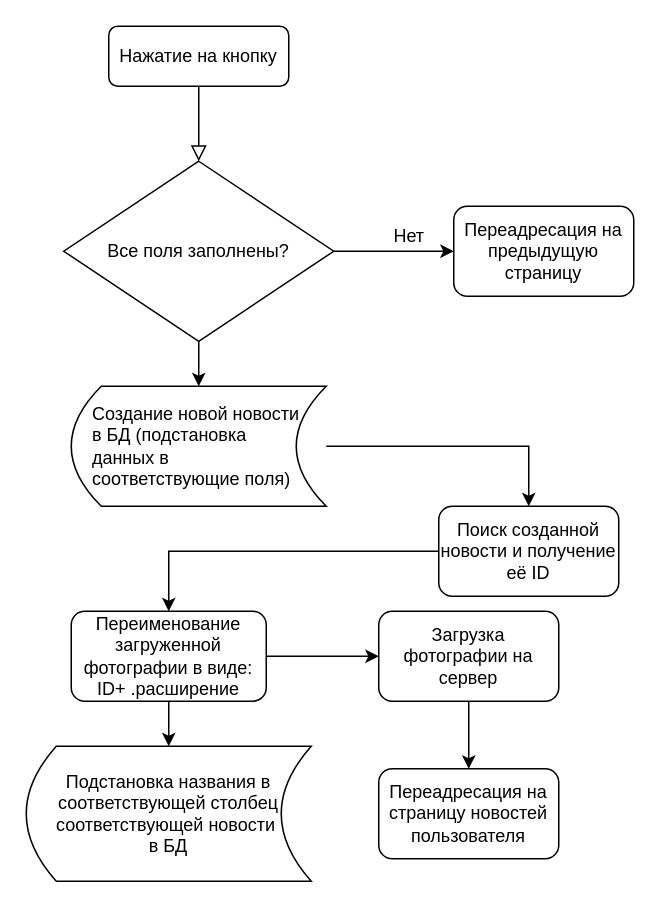
AndreiTka4iov/Course-work keeps this draw.io diagram as document/Диаграмма без названия.drawio. Above is the earlier version. Source tidied: cells renumbered, new cells numbered last; positions are measured from the earlier drawing's top-left corner, leaving out a move shared by most shapes. Both pictures are drawn from the tidied source at 150%, with x=0, y=0 at pixel (26, 26).
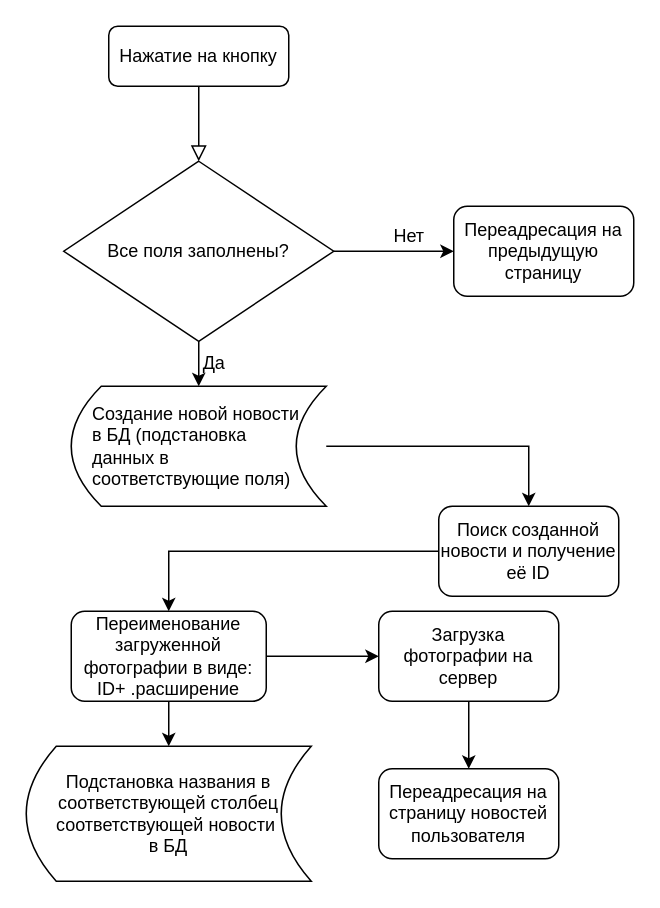
The same page after the edit.

The edit, as a diff of the source:
```diff
@@
+    <mxCell id="21" value="Да" style="text;html=1;align=center;verticalAlign=middle;strokeColor=none;fillColor=none;" parent="1" vertex="1">
+      <mxGeometry x="105" y="210" width="40" height="30" as="geometry" />
+    </mxCell>
```
